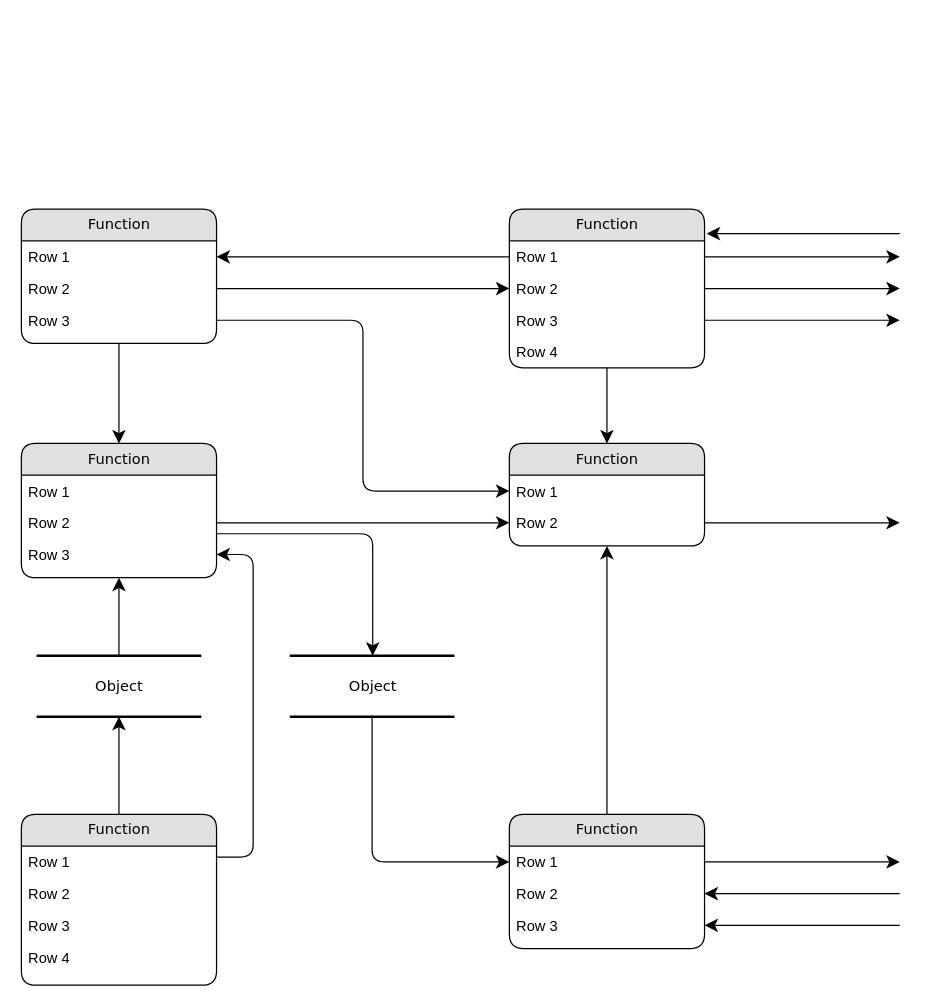
The draw.io diagram Untitled Diagram.drawio in kulpojke/CO2xSWV, before the edit. Source tidied: cells renumbered, new cells numbered last; positions are measured from the earlier drawing's top-left corner, leaving out a move shared by most shapes. Both pictures are drawn from the tidied source at 122%, with x=0, y=0 at pixel (21, 209).
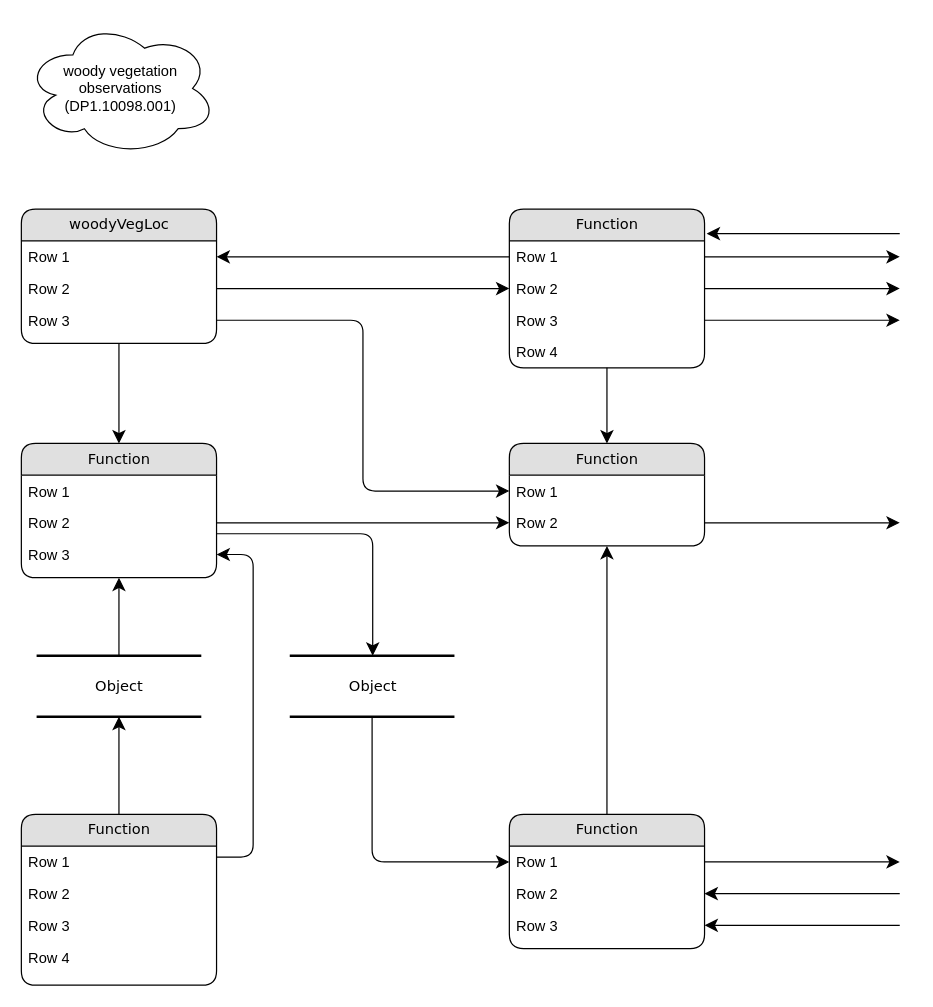
After the change.

What changed in the source:
```diff
@@
-    <mxCell id="3" value="Function" style="swimlane;html=1;fontStyle=0;horizontal=1;startSize=26;fillColor=#e0e0e0;swimlaneFillColor=#ffffff;align=center;rounded=1;shadow=0;comic=0;labelBackgroundColor=none;strokeWidth=1;fontFamily=Verdana;fontSize=12;" parent="1" vertex="1">
+    <mxCell id="3" value="woodyVegLoc" style="swimlane;html=1;fontStyle=0;horizontal=1;startSize=26;fillColor=#e0e0e0;swimlaneFillColor=#ffffff;align=center;rounded=1;shadow=0;comic=0;labelBackgroundColor=none;strokeWidth=1;fontFamily=Verdana;fontSize=12;" parent="1" vertex="1">
       <mxGeometry width="160" height="110" as="geometry" />
     </mxCell>
@@
+    <mxCell id="49" value="woody vegetation observations (DP1.10098.001)" style="ellipse;shape=cloud;whiteSpace=wrap;html=1;" parent="1" vertex="1">
+      <mxGeometry x="3" y="-154" width="157" height="110" as="geometry" />
+    </mxCell>
```
